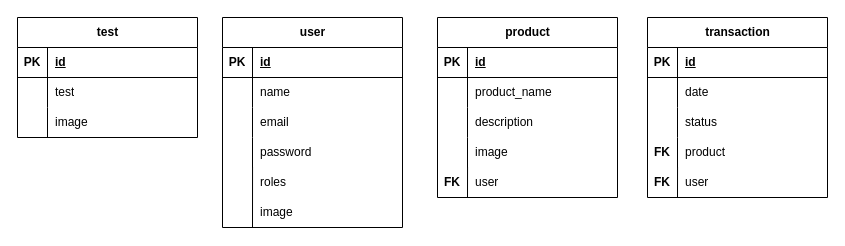
Above: erd/demo.drawio in GabTheGreat25/Demo-Api (draw.io), before the change. Source tidied: cells renumbered, new cells numbered last; positions are measured from the earlier drawing's top-left corner, leaving out a move shared by most shapes. Both pictures are drawn from the tidied source at 100%, with x=0, y=0 at pixel (17, 17).
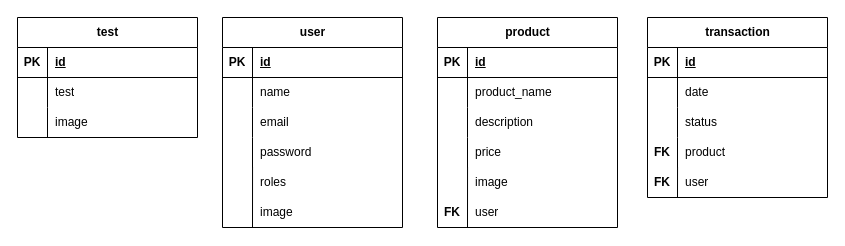
Above is the later version.

The change refers to these unchanged cells:
```xml
<mxCell id="37" style="shape=tableRow;horizontal=0;startSize=0;swimlaneHead=0;swimlaneBody=0;fillColor=none;points=[[0,0.5],[1,0.5]];portConstraint=eastwest;top=0;left=0;right=0;bottom=0;" parent="27" vertex="1">
  <mxGeometry y="120" width="180" height="30" as="geometry" />
</mxCell>
```

Change to the diagram source:
```diff
@@
     <mxCell id="27" value="product" style="shape=table;startSize=30;childLayout=tableLayout;rowLines=0;fontStyle=1;align=center;html=1;" parent="1" vertex="1">
-      <mxGeometry x="420" width="180" height="180" as="geometry" />
+      <mxGeometry x="420" width="180" height="210" as="geometry" />
     </mxCell>
@@
-    <mxCell id="39" value="image" style="shape=partialRectangle;fillColor=none;top=0;left=0;bottom=0;right=0;align=left;spacingLeft=6;overflow=hidden;whiteSpace=wrap;html=1;" parent="37" vertex="1">
+    <mxCell id="39" value="price" style="shape=partialRectangle;fillColor=none;top=0;left=0;bottom=0;right=0;align=left;spacingLeft=6;overflow=hidden;whiteSpace=wrap;html=1;" parent="37" vertex="1">
       <mxGeometry x="30" width="150" height="30" as="geometry" />
     </mxCell>
     <mxCell id="40" value="user" style="shape=partialRectangle;fillColor=none;top=0;left=0;bottom=0;right=0;align=left;spacingLeft=6;overflow=hidden;whiteSpace=wrap;html=1;" parent="1" vertex="1">
-      <mxGeometry x="450" y="150" width="150" height="30" as="geometry" />
+      <mxGeometry x="450" y="180" width="150" height="30" as="geometry" />
     </mxCell>
     <mxCell id="41" style="endArrow=none;html=1;rounded=0;entryX=0.167;entryY=0.982;entryDx=0;entryDy=0;entryPerimeter=0;" parent="1" edge="1" target="37">
       <mxGeometry relative="1" as="geometry">
-        <mxPoint x="450" y="180" as="sourcePoint" />
+        <mxPoint x="450" y="210" as="sourcePoint" />
       </mxGeometry>
     </mxCell>
     <mxCell id="42" value="&lt;b&gt;FK&lt;/b&gt;" style="shape=partialRectangle;fillColor=none;top=0;left=0;bottom=0;right=0;overflow=hidden;whiteSpace=wrap;html=1;" parent="1" vertex="1">
-      <mxGeometry x="420" y="150" width="30" height="30" as="geometry" />
+      <mxGeometry x="420" y="180" width="30" height="30" as="geometry" />
     </mxCell>
@@
+    <mxCell id="60" value="image" style="shape=partialRectangle;fillColor=none;top=0;left=0;bottom=0;right=0;align=left;spacingLeft=6;overflow=hidden;whiteSpace=wrap;html=1;" parent="1" vertex="1">
+      <mxGeometry x="450" y="150" width="150" height="30" as="geometry" />
+    </mxCell>
```
